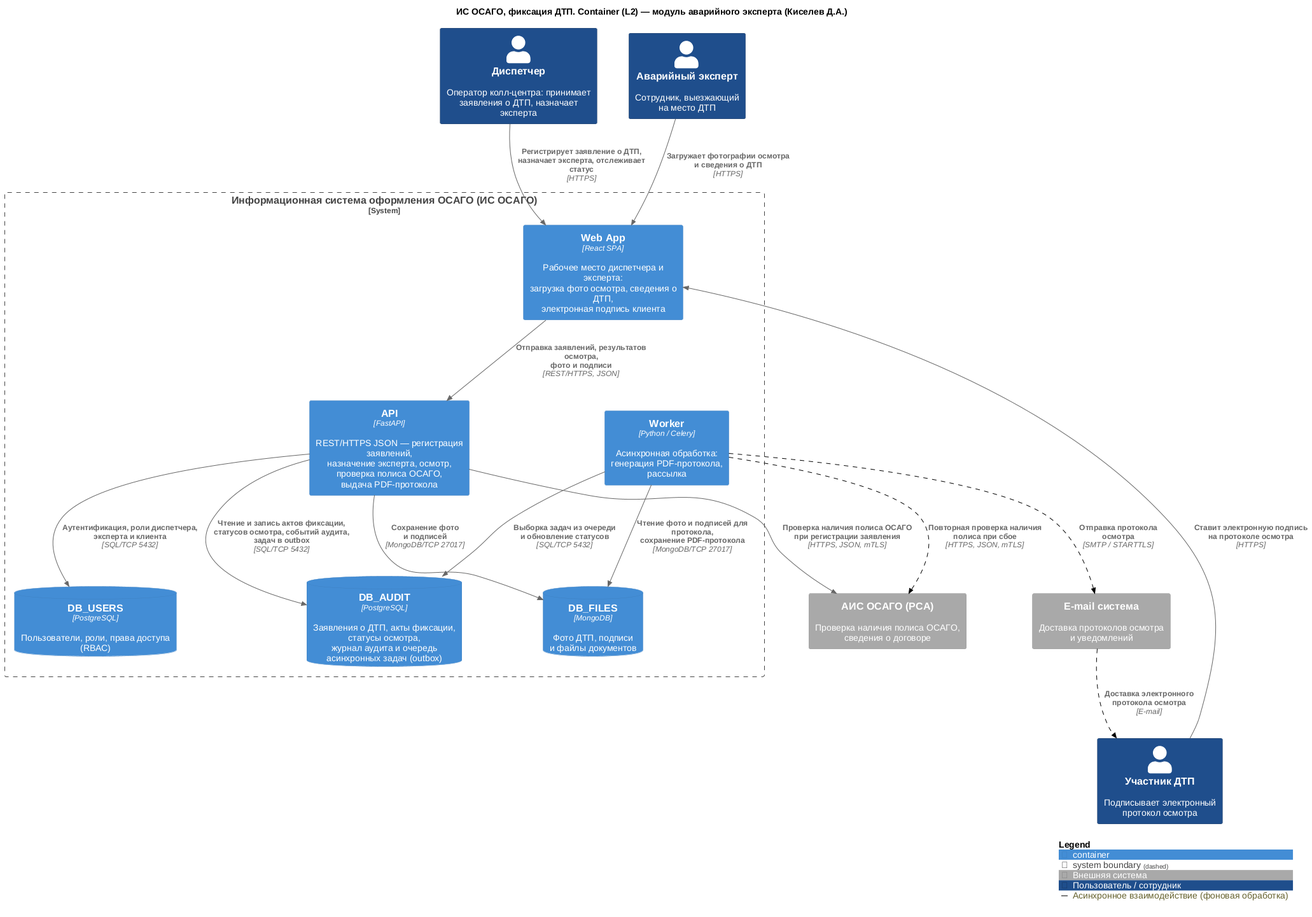
Before: architecture/docs/images/kiselev_api/L2_container.png, a diagram exported from PlantUML (ElectricLight-ELO/Insurance-system). Its diagram source:
```plantuml
@startuml
!include ../core/C4_Container.puml

title ИС ОСАГО, фиксация ДТП. Container (L2) — модуль аварийного эксперта (Киселев Д.А.)

Person(dispatcher, "Диспетчер", "Оператор колл-центра: принимает\nзаявления о ДТП, назначает эксперта", $tags="staff")
Person(expert, "Аварийный эксперт", "Сотрудник, выезжающий\nна место ДТП", $tags="staff")
Person(client, "Участник ДТП", "Подписывает электронный\nпротокол осмотра", $tags="staff")

System_Boundary(osago_service, "Информационная система оформления ОСАГО (ИС ОСАГО)") {

    Container(web_app, "Web App", "React SPA", "Рабочее место диспетчера и эксперта:\nзагрузка фото осмотра, сведения о ДТП,\nэлектронная подпись клиента")

    Container(api, "API", "FastAPI", "REST/HTTPS JSON — регистрация заявлений,\nназначение эксперта, осмотр, проверка полиса ОСАГО,\nвыдача PDF-протокола")

    Container(worker, "Worker", "Python / Celery", "Асинхронная обработка:\nгенерация PDF-протокола, рассылка")

    ContainerDb(db_users, "DB_USERS", "PostgreSQL", "Пользователи, роли, права доступа (RBAC)")

    ContainerDb(db_audit, "DB_AUDIT", "PostgreSQL", "Заявления о ДТП, акты фиксации, статусы осмотра,\nжурнал аудита и очередь асинхронных задач (outbox)")

    ContainerDb(db_files, "DB_FILES", "MongoDB", "Фото ДТП, подписи\nи файлы документов")
}

System_Ext(ais_osago, "АИС ОСАГО (РСА)", "Проверка наличия полиса ОСАГО,\nсведения о договоре", $tags="ext")
System_Ext(email_sys, "E-mail система", "Доставка протоколов осмотра\nи уведомлений", $tags="ext")

Rel(dispatcher, web_app, "Регистрирует заявление о ДТП,\nназначает эксперта, отслеживает статус", "HTTPS")
Rel(expert, web_app, "Загружает фотографии осмотра\nи сведения о ДТП", "HTTPS")
Rel(client, web_app, "Ставит электронную подпись\nна протоколе осмотра", "HTTPS")

Rel(web_app, api, "Отправка заявлений, результатов осмотра,\nфото и подписи", "REST/HTTPS, JSON")

Rel(api, db_users, "Аутентификация, роли диспетчера,\nэксперта и клиента", "SQL/TCP 5432")
Rel(api, db_audit, "Чтение и запись актов фиксации,\nстатусов осмотра, событий аудита, задач в outbox", "SQL/TCP 5432")
Rel(api, db_files, "Сохранение фото\nи подписей", "MongoDB/TCP 27017")

Rel(api, ais_osago, "Проверка наличия полиса ОСАГО\nпри регистрации заявления", "HTTPS, JSON, mTLS")

Rel(worker, db_audit, "Выборка задач из очереди\nи обновление статусов", "SQL/TCP 5432")
Rel(worker, db_files, "Чтение фото и подписей для протокола,\nсохранение PDF-протокола", "MongoDB/TCP 27017")
Rel(worker, ais_osago, "Повторная проверка наличия\nполиса при сбое", "HTTPS, JSON, mTLS", $tags="async")
Rel(worker, email_sys, "Отправка протокола\nосмотра", "SMTP / STARTTLS", $tags="async")
Rel(email_sys, client, "Доставка электронного\nпротокола осмотра", "E-mail", $tags="async")

SHOW_LEGEND()
@enduml
```
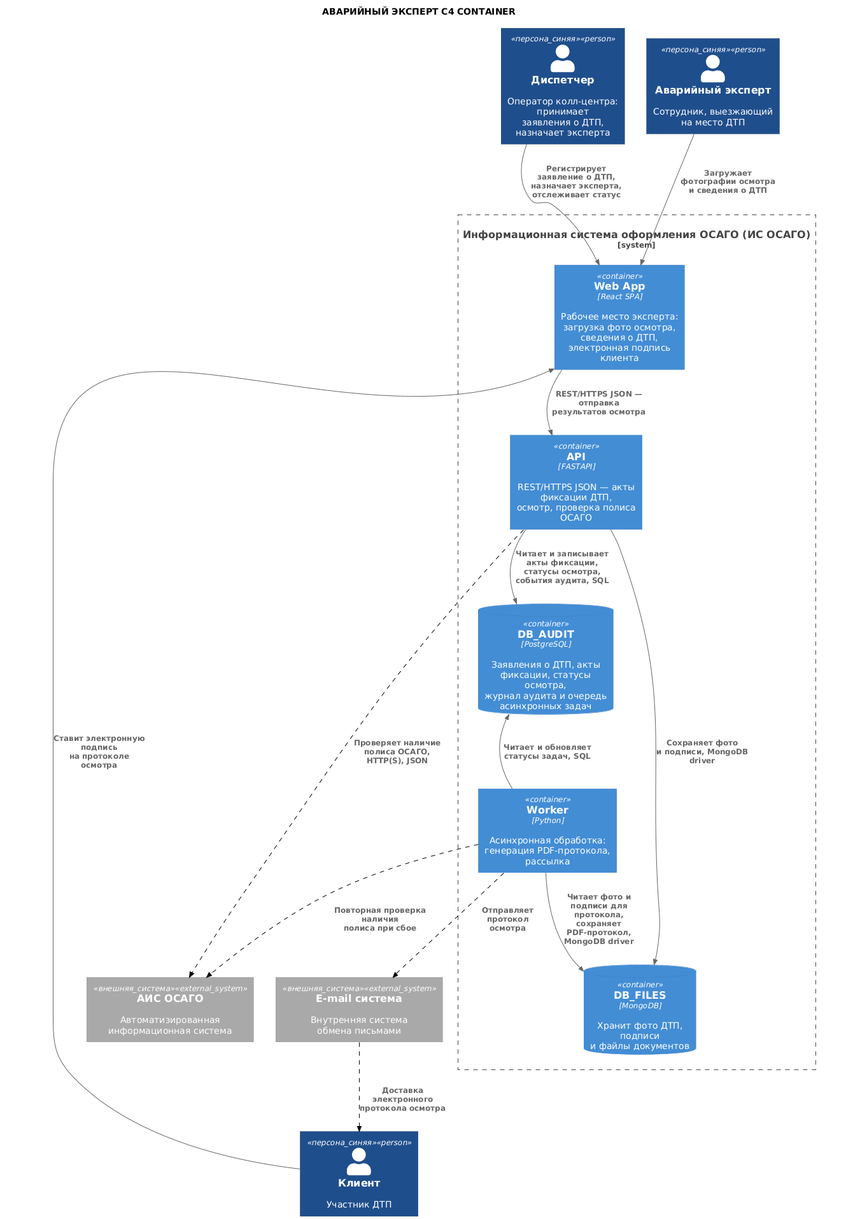
Above is the later version.

The edit, as a diff of the source:
```diff
@@ -1,47 +1,74 @@
 @startuml
-!include ../core/C4_Container.puml
+!include https://raw.githubusercontent.com/plantuml-stdlib/C4-PlantUML/master/C4_Container.puml
 
-title ИС ОСАГО, фиксация ДТП. Container (L2) — модуль аварийного эксперта (Киселев Д.А.)
+title АВАРИЙНЫЙ ЭКСПЕРТ C4 CONTAINER
 
-Person(dispatcher, "Диспетчер", "Оператор колл-центра: принимает\nзаявления о ДТП, назначает эксперта", $tags="staff")
-Person(expert, "Аварийный эксперт", "Сотрудник, выезжающий\nна место ДТП", $tags="staff")
-Person(client, "Участник ДТП", "Подписывает электронный\nпротокол осмотра", $tags="staff")
 
-System_Boundary(osago_service, "Информационная система оформления ОСАГО (ИС ОСАГО)") {
+AddSystemTag("внешняя_система", $bgColor="#A9A9A9", $borderColor="#8A8A8A", $fontColor="#FFFFFF")
+AddPersonTag("персона_синяя", $bgColor="#1F4E8C", $borderColor="#143560", $fontColor="#FFFFFF")
+AddRelTag("пунктир", $lineStyle = DashedLine(), $lineColor = "#000000")
 
-    Container(web_app, "Web App", "React SPA", "Рабочее место диспетчера и эксперта:\nзагрузка фото осмотра, сведения о ДТП,\nэлектронная подпись клиента")
 
-    Container(api, "API", "FastAPI", "REST/HTTPS JSON — регистрация заявлений,\nназначение эксперта, осмотр, проверка полиса ОСАГО,\nвыдача PDF-протокола")
 
-    Container(worker, "Worker", "Python / Celery", "Асинхронная обработка:\nгенерация PDF-протокола, рассылка")
+Person(dispatcher, "Диспетчер", "Оператор колл-центра: принимает\nзаявления о ДТП, назначает эксперта", $tags="персона_синяя")
+Person(expert, "Аварийный эксперт", "Сотрудник, выезжающий\nна место ДТП", $tags="персона_синяя")
+Person(client, "Клиент", "Участник ДТП", $tags="персона_синяя")
 
-    ContainerDb(db_users, "DB_USERS", "PostgreSQL", "Пользователи, роли, права доступа (RBAC)")
 
-    ContainerDb(db_audit, "DB_AUDIT", "PostgreSQL", "Заявления о ДТП, акты фиксации, статусы осмотра,\nжурнал аудита и очередь асинхронных задач (outbox)")
+System_Boundary(fixation_system, "Информационная система оформления ОСАГО (ИС ОСАГО)") {
 
-    ContainerDb(db_files, "DB_FILES", "MongoDB", "Фото ДТП, подписи\nи файлы документов")
+    Container(web_app, "Web App", "React SPA", "Рабочее место эксперта: загрузка фото осмотра,\nсведения о ДТП, электронная подпись клиента")
+
+    Container(api, "API", "FASTAPI", "REST/HTTPS JSON — акты фиксации ДТП,\nосмотр, проверка полиса ОСАГО")
+
+    Container(worker, "Worker", "Python", "Асинхронная обработка:\nгенерация PDF-протокола, рассылка")
+
+    ContainerDb(db_audit, "DB_AUDIT", "PostgreSQL", "Заявления о ДТП, акты фиксации, статусы осмотра,\nжурнал аудита и очередь асинхронных задач")
+
+    ContainerDb(db_files, "DB_FILES", "MongoDB", "Хранит фото ДТП, подписи\nи файлы документов")
 }
 
-System_Ext(ais_osago, "АИС ОСАГО (РСА)", "Проверка наличия полиса ОСАГО,\nсведения о договоре", $tags="ext")
-System_Ext(email_sys, "E-mail система", "Доставка протоколов осмотра\nи уведомлений", $tags="ext")
 
-Rel(dispatcher, web_app, "Регистрирует заявление о ДТП,\nназначает эксперта, отслеживает статус", "HTTPS")
-Rel(expert, web_app, "Загружает фотографии осмотра\nи сведения о ДТП", "HTTPS")
-Rel(client, web_app, "Ставит электронную подпись\nна протоколе осмотра", "HTTPS")
+System_Ext(ais_osago, "АИС ОСАГО", "Автоматизированная информационная система", $tags="внешняя_система")
+System_Ext(email_sys, "E-mail система", "Внутренняя система обмена письмами", $tags="внешняя_система")
 
-Rel(web_app, api, "Отправка заявлений, результатов осмотра,\nфото и подписи", "REST/HTTPS, JSON")
 
-Rel(api, db_users, "Аутентификация, роли диспетчера,\nэксперта и клиента", "SQL/TCP 5432")
-Rel(api, db_audit, "Чтение и запись актов фиксации,\nстатусов осмотра, событий аудита, задач в outbox", "SQL/TCP 5432")
-Rel(api, db_files, "Сохранение фото\nи подписей", "MongoDB/TCP 27017")
 
-Rel(api, ais_osago, "Проверка наличия полиса ОСАГО\nпри регистрации заявления", "HTTPS, JSON, mTLS")
+Rel(dispatcher, web_app, "Регистрирует заявление о ДТП,\nназначает эксперта, отслеживает статус")
+Rel(expert, web_app, "Загружает фотографии осмотра\nи сведения о ДТП")
+Rel(client, web_app, "Ставит электронную подпись\nна протоколе осмотра")
 
-Rel(worker, db_audit, "Выборка задач из очереди\nи обновление статусов", "SQL/TCP 5432")
-Rel(worker, db_files, "Чтение фото и подписей для протокола,\nсохранение PDF-протокола", "MongoDB/TCP 27017")
-Rel(worker, ais_osago, "Повторная проверка наличия\nполиса при сбое", "HTTPS, JSON, mTLS", $tags="async")
-Rel(worker, email_sys, "Отправка протокола\nосмотра", "SMTP / STARTTLS", $tags="async")
-Rel(email_sys, client, "Доставка электронного\nпротокола осмотра", "E-mail", $tags="async")
+Rel(web_app, api, "REST/HTTPS JSON — отправка\nрезультатов осмотра")
 
-SHOW_LEGEND()
+
+Rel(api, db_audit, "Читает и записывает акты фиксации,\nстатусы осмотра, события аудита, SQL")
+Rel(api, db_files, "Сохраняет фото\nи подписи, MongoDB driver")
+
+
+Rel(api, ais_osago, "Проверяет наличие полиса ОСАГО,\nHTTP(S), JSON", $tags="пунктир")
+
+
+
+Rel(worker, db_audit, "Читает и обновляет\nстатусы задач, SQL")
+Rel(worker, db_files, "Читает фото и подписи для протокола,\nсохраняет PDF-протокол, MongoDB driver")
+
+
+Rel(worker, ais_osago, "Повторная проверка наличия\nполиса при сбое", $tags="пунктир")
+Rel(worker, email_sys, "Отправляет протокол\nосмотра", $tags="пунктир")
+Rel(email_sys, client, "Доставка электронного\nпротокола осмотра", $tags="пунктир")
+
+
+
+dispatcher -[hidden]right- expert
+expert -[hidden]right- client
+dispatcher -[hidden]down- web_app
+
+web_app -[hidden]down- api
+api -[hidden]down- db_audit
+db_audit -[hidden]right- db_files
+db_audit -[hidden]down- worker
+
+fixation_system -[hidden]down- ais_osago
+ais_osago -[hidden]right- email_sys
+
 @enduml
```
